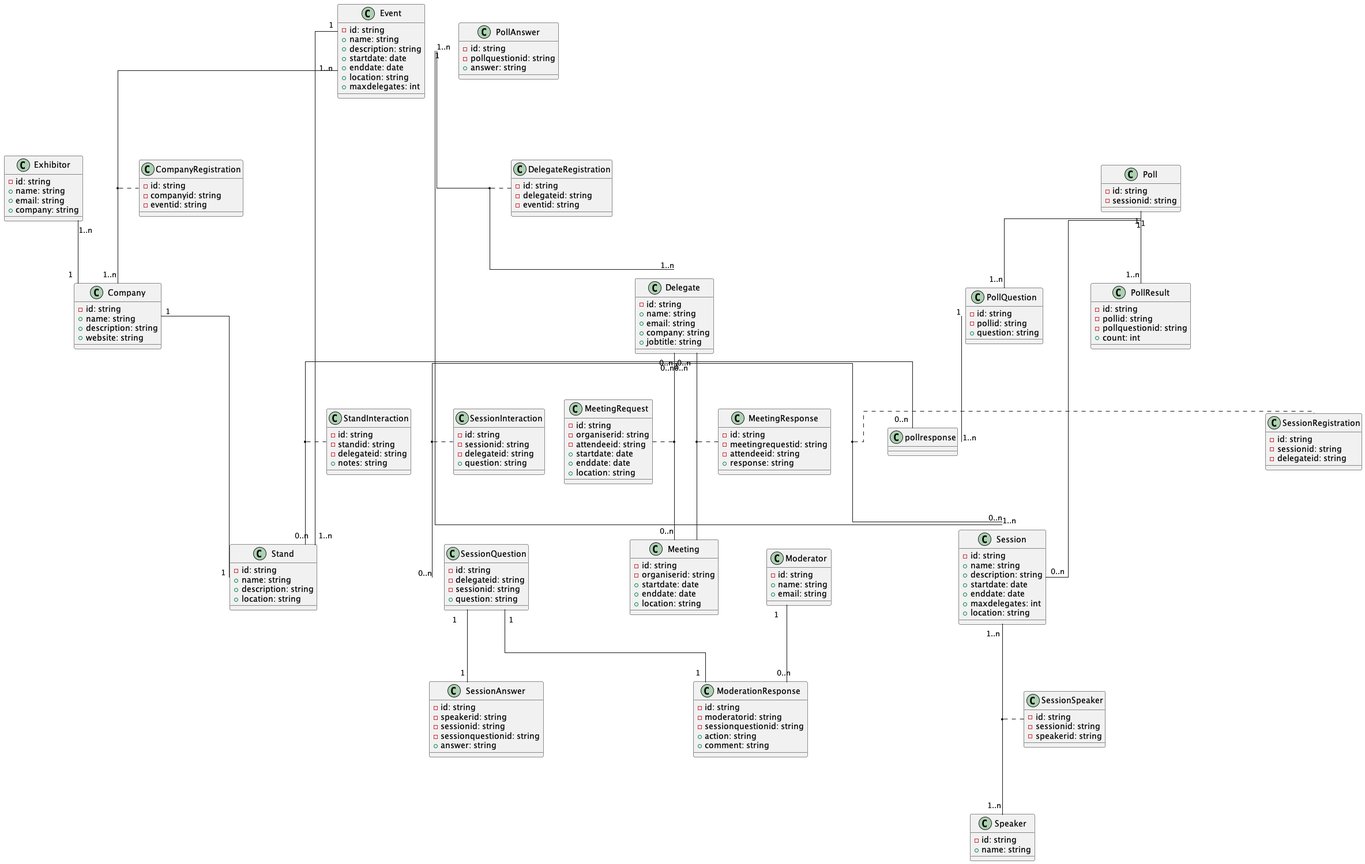
Earlier version of the PlantUML export out/BookMeIn2-ClassDiagram/BookMeIn2_ClassDiagram.png (CSC-40084-Group-7/BMI2-UML).
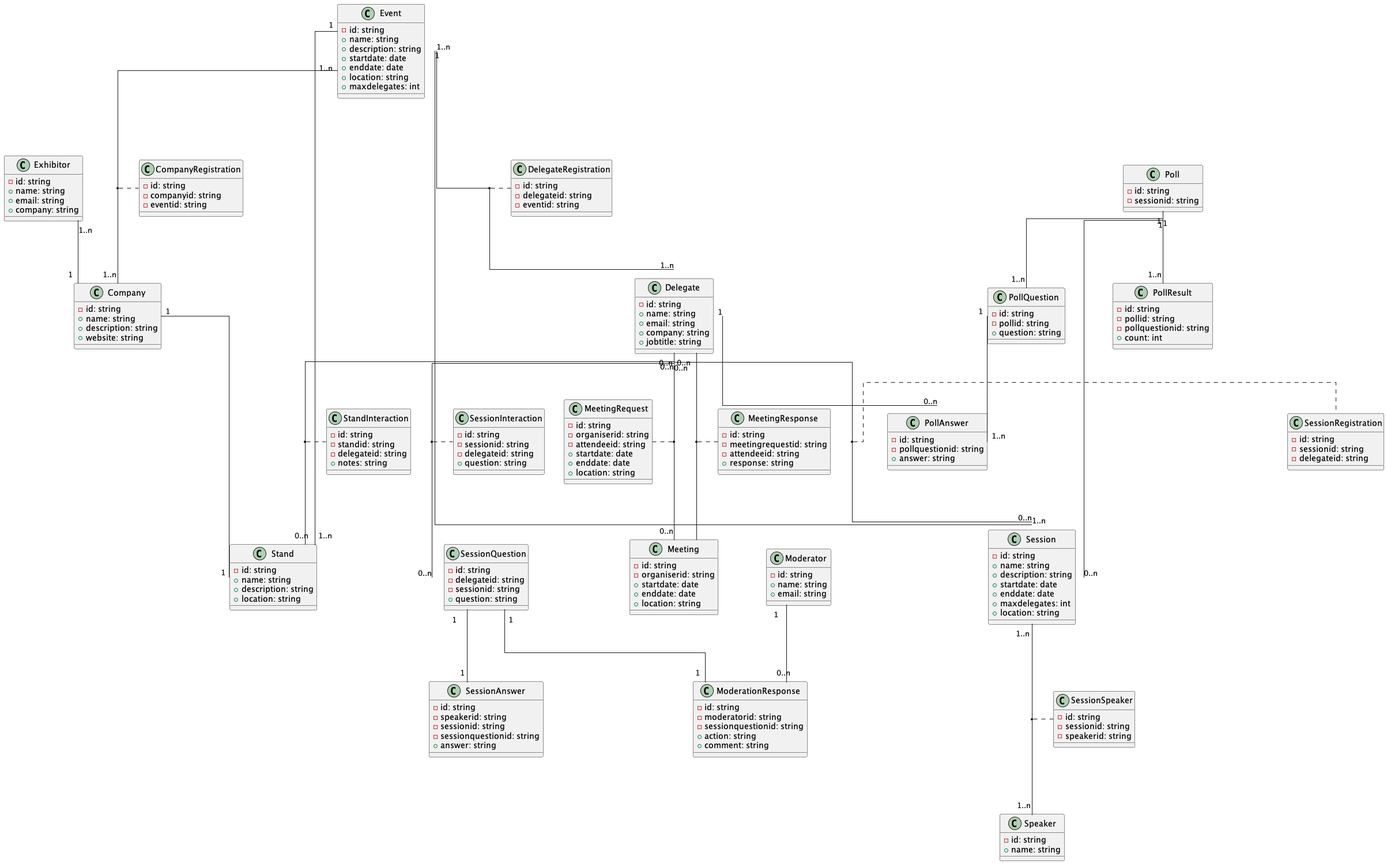
Later version of the same file.

What changed in the source:
```diff
@@ -204,21 +204,36 @@
 
 poll "1" -- "0..n" session
 poll "1" -- "1..n" pollquestion
-pollquestion "1" -- "1..n" pollresponse
-delegate "1" -- "0..n" pollresponse
+delegate "1" -- "0..n" pollanswer
 poll "1" -- "1..n" pollresult
+pollquestion "1" -- "1..n" pollanswer
 
+together {
+    class poll
+    class pollquestion
+    class pollanswer
+    class pollresult
+}
 
+together {
+    class exhibitor
+    class company
+    class stand
+    class standinteraction
+}
 
+together {
+    class session
+    class speaker
+    class sessionspeaker
+    class sessionquestion
+    class sessionanswer
+}
 
-
-
-
-
-
-
-
-
-
+together {
+    class meeting
+    class meetingrequest
+    class meetingresponse
+}
 
 @enduml
```
